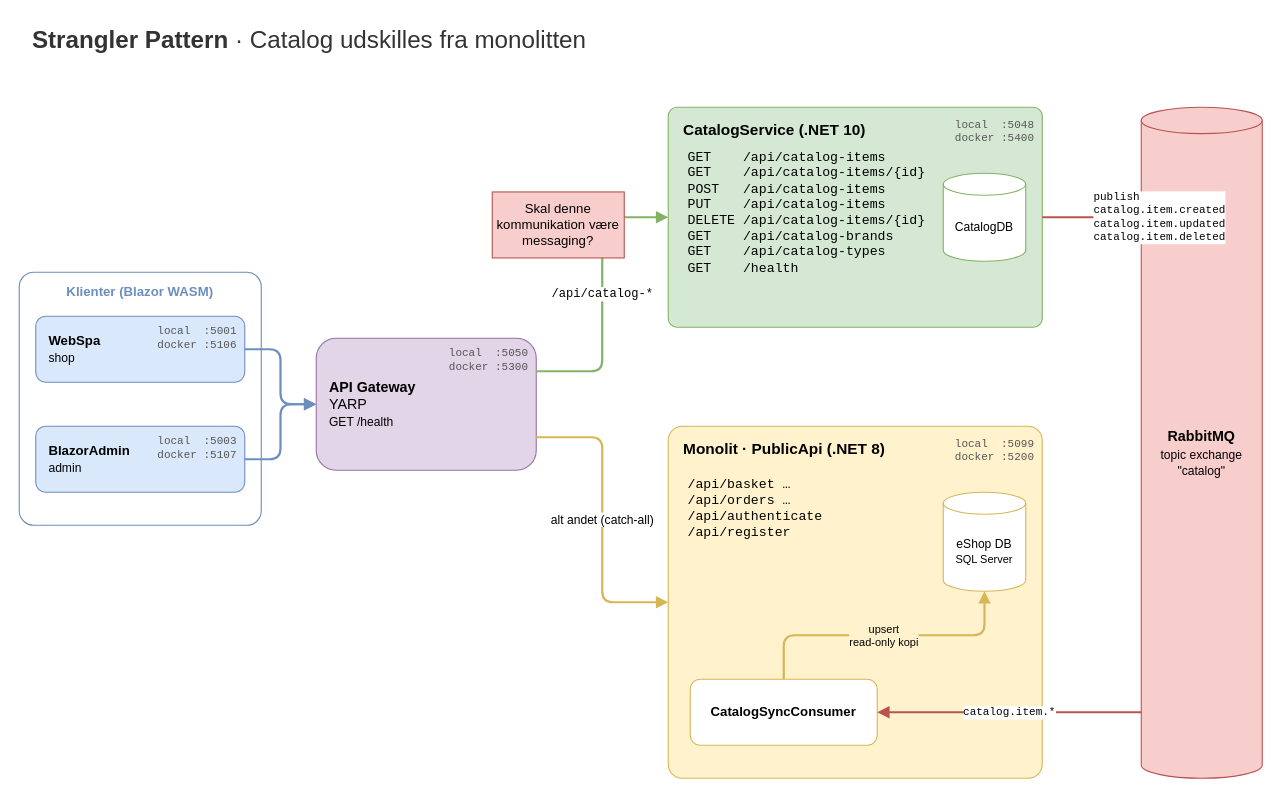
This is docs/architecture.drawio from RasmusRosengaard/eShopWebHeadless, a draw.io file, before an edit. Source tidied: cells renumbered, new cells numbered last; positions are measured from the earlier drawing's top-left corner, leaving out a move shared by most shapes. Both pictures are drawn from the tidied source at 110%, with x=0, y=0 at pixel (19, 19).
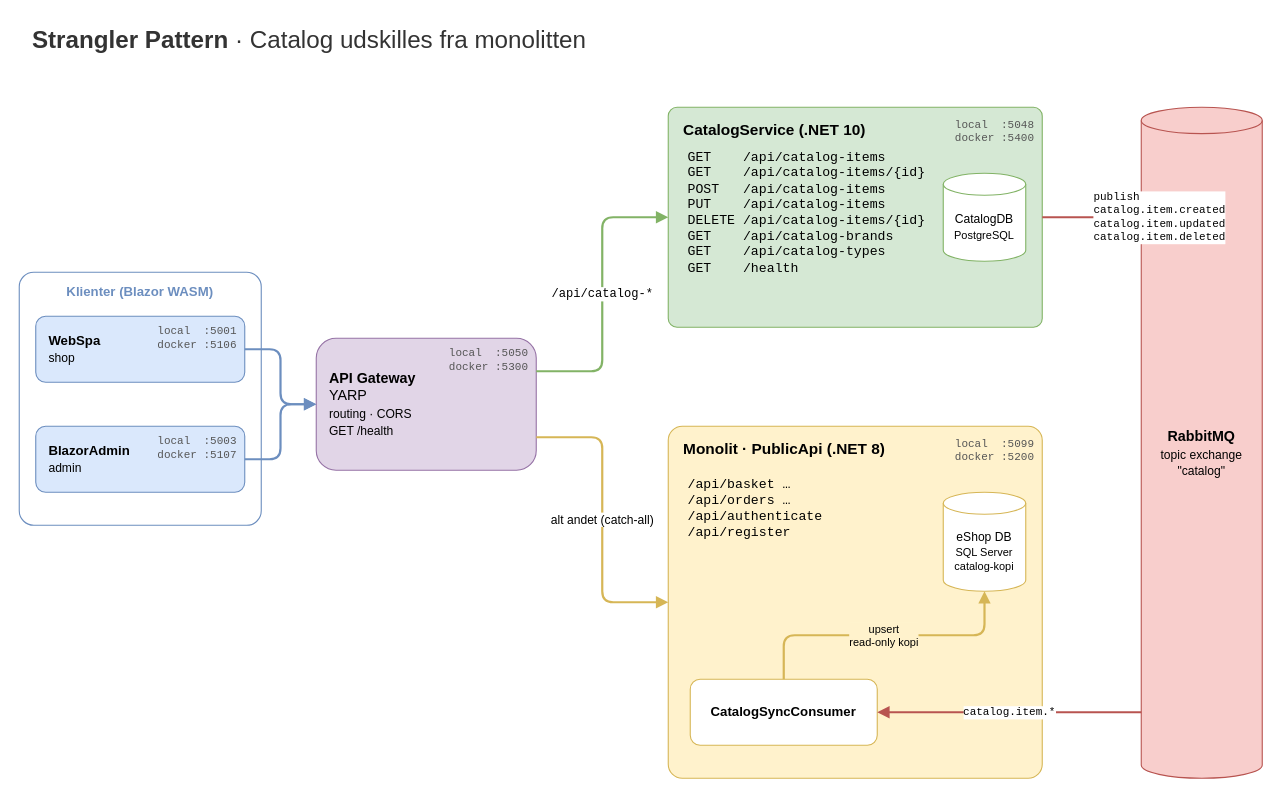
After the change.

Change to the diagram source:
```diff
@@
-    <mxCell id="6" value="&lt;b&gt;API Gateway&lt;/b&gt;&lt;br&gt;YARP&lt;br&gt;&lt;font style=&quot;font-size:11px&quot;&gt;GET /health&lt;/font&gt;" style="rounded=1;whiteSpace=wrap;html=1;fillColor=#e1d5e7;strokeColor=#9673a6;fontSize=13;align=left;spacingLeft=10;" parent="1" vertex="1">
+    <mxCell id="6" value="&lt;b&gt;API Gateway&lt;/b&gt;&lt;br&gt;YARP&lt;br&gt;&lt;font style=&quot;font-size:11px&quot;&gt;routing · CORS&lt;br&gt;GET /health&lt;/font&gt;" style="rounded=1;whiteSpace=wrap;html=1;fillColor=#e1d5e7;strokeColor=#9673a6;fontSize=13;align=left;spacingLeft=10;" parent="1" vertex="1">
       <mxGeometry x="270" y="290" width="200" height="120" as="geometry" />
     </mxCell>
@@
-    <mxCell id="9" value="CatalogDB" style="shape=cylinder3;whiteSpace=wrap;html=1;boundedLbl=1;backgroundOutline=1;size=10;fillColor=#ffffff;strokeColor=#82b366;fontSize=11;" parent="1" vertex="1">
+    <mxCell id="9" value="CatalogDB&lt;br&gt;&lt;font style=&quot;font-size:10px&quot;&gt;PostgreSQL&lt;/font&gt;" style="shape=cylinder3;whiteSpace=wrap;html=1;boundedLbl=1;backgroundOutline=1;size=10;fillColor=#ffffff;strokeColor=#82b366;fontSize=11;" parent="1" vertex="1">
       <mxGeometry x="840" y="140" width="75" height="80" as="geometry" />
     </mxCell>
@@
-    <mxCell id="12" value="eShop DB&lt;br&gt;&lt;font style=&quot;font-size:10px&quot;&gt;SQL Server&lt;/font&gt;" style="shape=cylinder3;whiteSpace=wrap;html=1;boundedLbl=1;backgroundOutline=1;size=10;fillColor=#ffffff;strokeColor=#d6b656;fontSize=11;" parent="1" vertex="1">
+    <mxCell id="12" value="eShop DB&lt;br&gt;&lt;font style=&quot;font-size:10px&quot;&gt;SQL Server&lt;br&gt;catalog-kopi&lt;/font&gt;" style="shape=cylinder3;whiteSpace=wrap;html=1;boundedLbl=1;backgroundOutline=1;size=10;fillColor=#ffffff;strokeColor=#d6b656;fontSize=11;" parent="1" vertex="1">
       <mxGeometry x="840" y="430" width="75" height="90" as="geometry" />
     </mxCell>
@@
-    <mxCell id="27" value="Skal denne kommunikation være messaging?" style="rounded=0;whiteSpace=wrap;html=1;fillColor=#f8cecc;strokeColor=#b85450;" parent="1" vertex="1">
-      <mxGeometry x="430" y="157" width="120" height="60" as="geometry" />
-    </mxCell>
```
